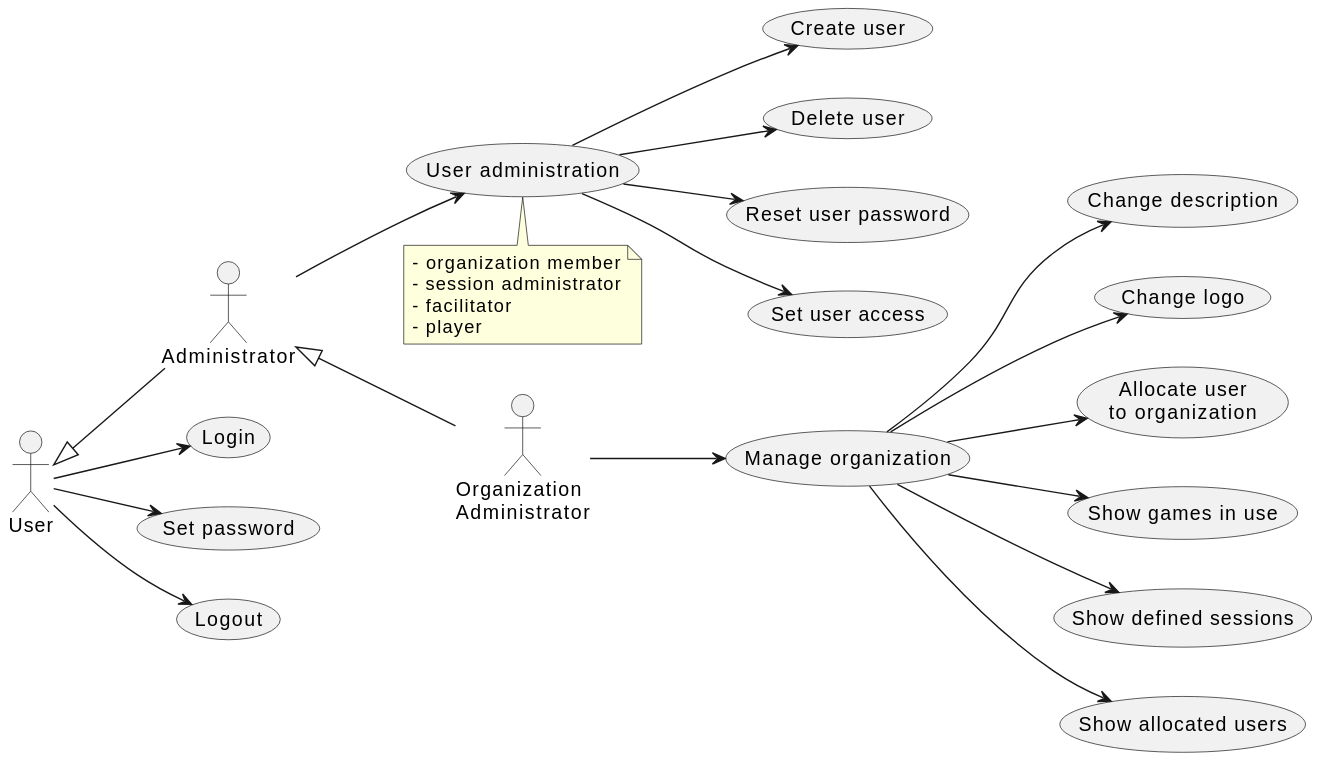
Earlier version of the PlantUML export doc/2-use-cases/diagrams/organization-administration.svg (averbraeck/gscg-design).
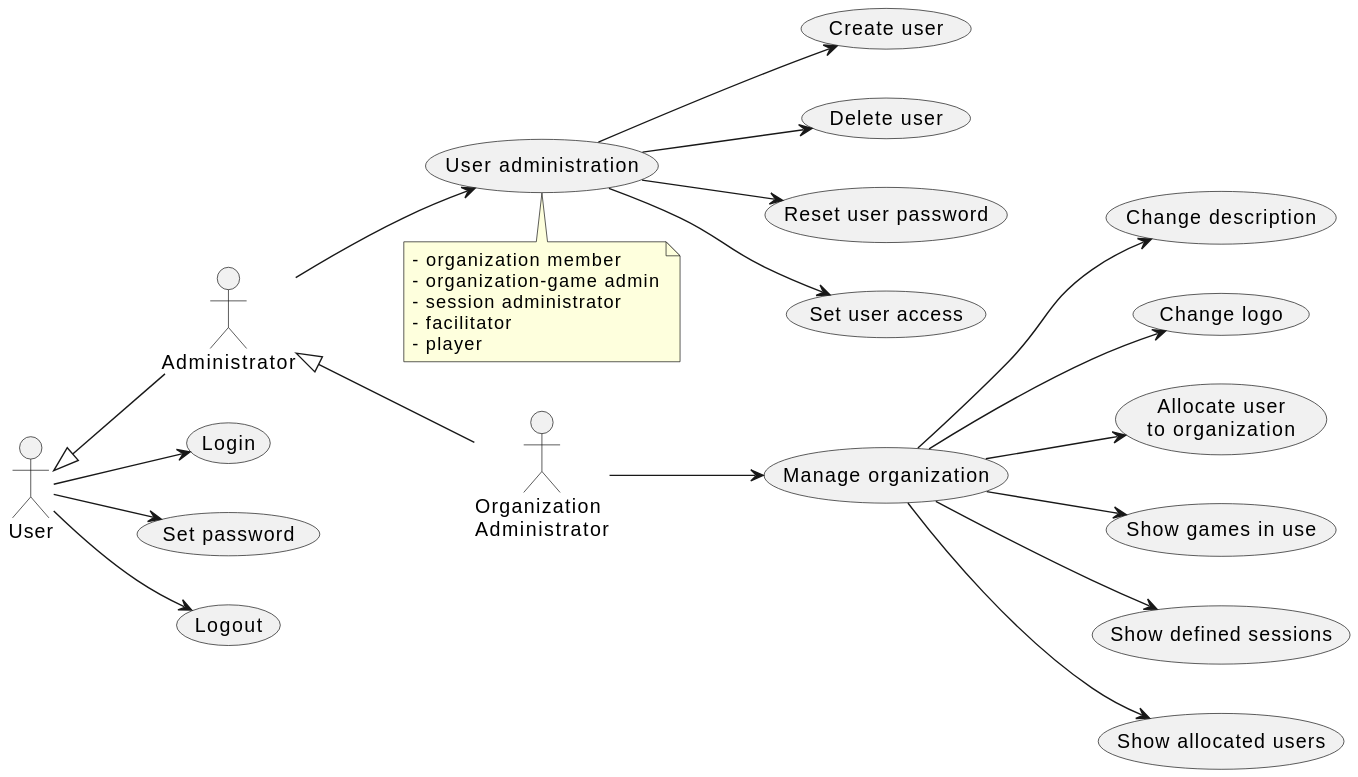
The same file after the commit.

What changed in the source:
```diff
@@ -12,6 +12,7 @@
 Administrator --> (User administration)
 note bottom
   - organization member
+  - organization-game admin
   - session administrator
   - facilitator
   - player
```
